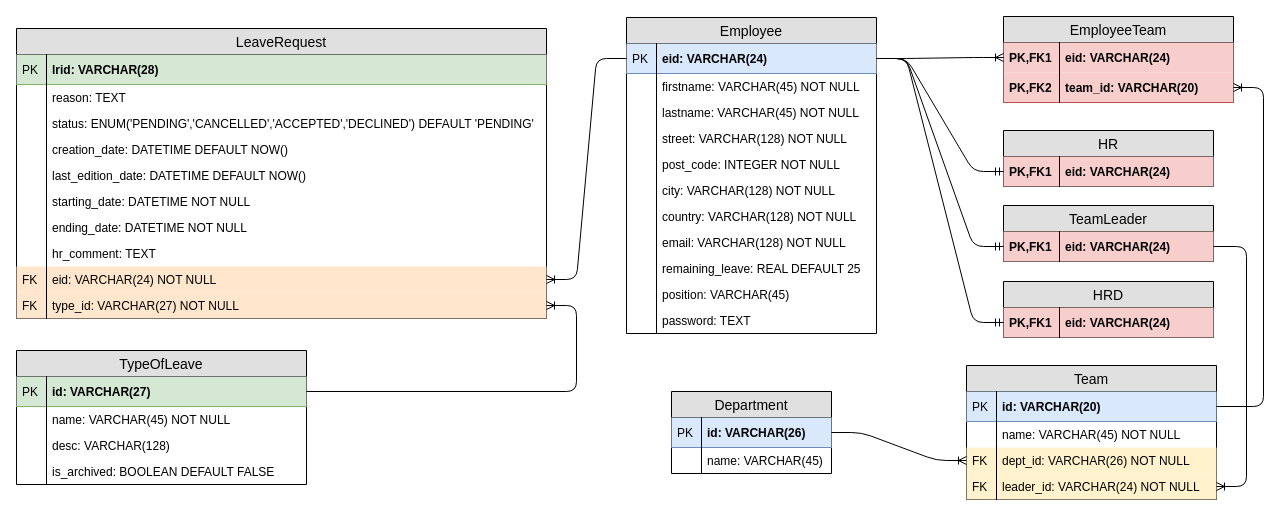
This is doc/database.drawio from jiben22/leave-manager, a draw.io file, before an edit. Source tidied: cells renumbered, new cells numbered last; positions are measured from the earlier drawing's top-left corner, leaving out a move shared by most shapes. Both pictures are drawn from the tidied source at 100%, with x=0, y=0 at pixel (16, 16).
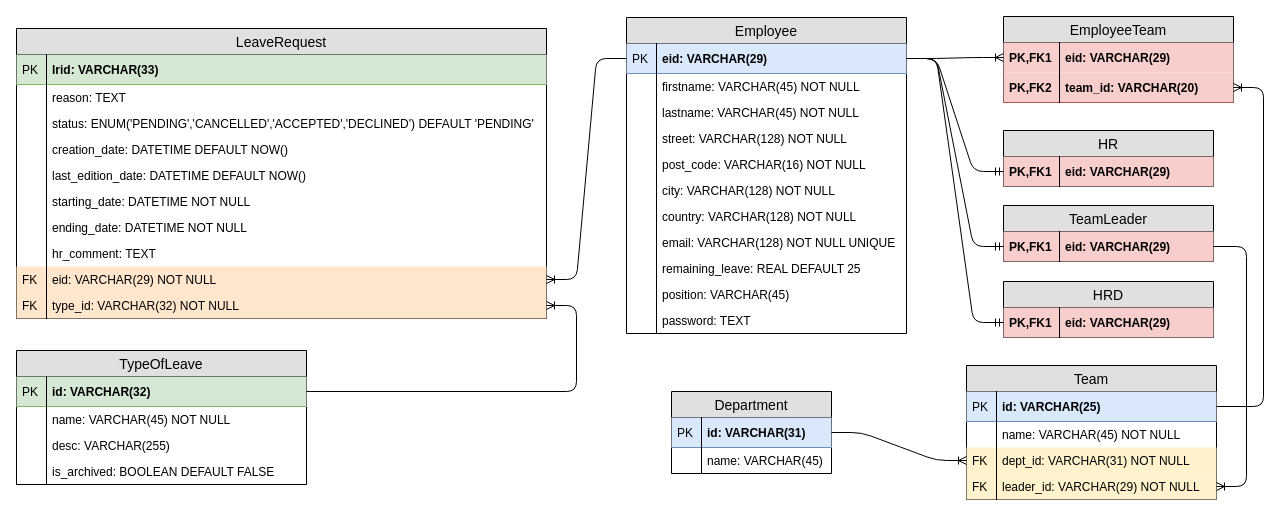
The same diagram, later.

Commit message (it also covers changes not shown here):
database schema and script update

The change refers to these unchanged cells:
```xml
<mxCell id="2" value="LeaveRequest" style="swimlane;fontStyle=0;horizontal=1;startSize=26;fillColor=#e0e0e0;swimlaneFillColor=#ffffff;align=center;fontSize=14;" parent="1" vertex="1">
  <mxGeometry y="12" width="530" height="290" as="geometry" />
</mxCell>
<mxCell id="23" value="TypeOfLeave" style="swimlane;fontStyle=0;horizontal=1;startSize=26;fillColor=#e0e0e0;swimlaneFillColor=#ffffff;align=center;fontSize=14;" parent="1" vertex="1">
  <mxGeometry y="334" width="290" height="134" as="geometry" />
</mxCell>
<mxCell id="57" value="Team" style="swimlane;fontStyle=0;horizontal=1;startSize=26;fillColor=#e0e0e0;swimlaneFillColor=#ffffff;align=center;fontSize=14;" parent="1" vertex="1">
  <mxGeometry x="950" y="349" width="250" height="134" as="geometry" />
</mxCell>
<mxCell id="66" value="Department" style="swimlane;fontStyle=0;horizontal=1;startSize=26;fillColor=#e0e0e0;swimlaneFillColor=#ffffff;align=center;fontSize=14;" parent="1" vertex="1">
  <mxGeometry x="655" y="375" width="160" height="82" as="geometry" />
</mxCell>
<mxCell id="72" value="EmployeeTeam" style="swimlane;fontStyle=0;horizontal=1;startSize=26;fillColor=#e0e0e0;swimlaneFillColor=#ffffff;align=center;fontSize=14;" parent="1" vertex="1">
  <mxGeometry x="987" width="230" height="86" as="geometry" />
</mxCell>
<mxCell id="79" value="HR" style="swimlane;fontStyle=0;horizontal=1;startSize=26;fillColor=#e0e0e0;swimlaneFillColor=#ffffff;align=center;fontSize=14;" parent="1" vertex="1">
  <mxGeometry x="987" y="114" width="210" height="56" as="geometry" />
</mxCell>
<mxCell id="82" value="HRD" style="swimlane;fontStyle=0;horizontal=1;startSize=26;fillColor=#e0e0e0;swimlaneFillColor=#ffffff;align=center;fontSize=14;" parent="1" vertex="1">
  <mxGeometry x="987" y="265" width="210" height="56" as="geometry" />
</mxCell>
<mxCell id="85" value="TeamLeader" style="swimlane;fontStyle=0;horizontal=1;startSize=26;fillColor=#e0e0e0;swimlaneFillColor=#ffffff;align=center;fontSize=14;" parent="1" vertex="1">
  <mxGeometry x="987" y="189" width="210" height="56" as="geometry" />
</mxCell>
```

The edit, as a diff of the source:
```diff
@@
-    <mxCell id="3" value="lrid: VARCHAR(28)" style="shape=partialRectangle;top=0;left=0;right=0;bottom=1;align=left;verticalAlign=middle;fillColor=#d5e8d4;spacingLeft=34;spacingRight=4;overflow=hidden;fontStyle=1;fontSize=12;strokeColor=#82b366;" parent="2" vertex="1">
+    <mxCell id="3" value="lrid: VARCHAR(33)" style="shape=partialRectangle;top=0;left=0;right=0;bottom=1;align=left;verticalAlign=middle;fillColor=#d5e8d4;spacingLeft=34;spacingRight=4;overflow=hidden;fontStyle=1;fontSize=12;strokeColor=#82b366;" parent="2" vertex="1">
       <mxGeometry y="26" width="530" height="30" as="geometry" />
     </mxCell>
@@
-    <mxCell id="19" value="eid: VARCHAR(24) NOT NULL" style="shape=partialRectangle;top=0;left=0;right=0;bottom=0;align=left;verticalAlign=top;fillColor=#ffe6cc;spacingLeft=34;spacingRight=4;overflow=hidden;points=[[0,0.5],[1,0.5]];portConstraint=eastwest;fontSize=12;strokeColor=#d79b00;" parent="2" vertex="1">
+    <mxCell id="19" value="eid: VARCHAR(29) NOT NULL" style="shape=partialRectangle;top=0;left=0;right=0;bottom=0;align=left;verticalAlign=top;fillColor=#ffe6cc;spacingLeft=34;spacingRight=4;overflow=hidden;points=[[0,0.5],[1,0.5]];portConstraint=eastwest;fontSize=12;strokeColor=#d79b00;" parent="2" vertex="1">
       <mxGeometry y="238" width="530" height="26" as="geometry" />
     </mxCell>
@@
-    <mxCell id="21" value="type_id: VARCHAR(27) NOT NULL" style="shape=partialRectangle;top=0;left=0;right=0;bottom=0;align=left;verticalAlign=top;fillColor=#ffe6cc;spacingLeft=34;spacingRight=4;overflow=hidden;points=[[0,0.5],[1,0.5]];portConstraint=eastwest;fontSize=12;strokeColor=#d79b00;" parent="2" vertex="1">
+    <mxCell id="21" value="type_id: VARCHAR(32) NOT NULL" style="shape=partialRectangle;top=0;left=0;right=0;bottom=0;align=left;verticalAlign=top;fillColor=#ffe6cc;spacingLeft=34;spacingRight=4;overflow=hidden;points=[[0,0.5],[1,0.5]];portConstraint=eastwest;fontSize=12;strokeColor=#d79b00;" parent="2" vertex="1">
       <mxGeometry y="264" width="530" height="26" as="geometry" />
     </mxCell>
@@
-    <mxCell id="24" value="id: VARCHAR(27)" style="shape=partialRectangle;top=0;left=0;right=0;bottom=1;align=left;verticalAlign=middle;fillColor=#d5e8d4;spacingLeft=34;spacingRight=4;overflow=hidden;points=[[0,0.5],[1,0.5]];portConstraint=eastwest;fontStyle=1;fontSize=12;strokeColor=#82b366;" parent="23" vertex="1">
+    <mxCell id="24" value="id: VARCHAR(32)" style="shape=partialRectangle;top=0;left=0;right=0;bottom=1;align=left;verticalAlign=middle;fillColor=#d5e8d4;spacingLeft=34;spacingRight=4;overflow=hidden;points=[[0,0.5],[1,0.5]];portConstraint=eastwest;fontStyle=1;fontSize=12;strokeColor=#82b366;" parent="23" vertex="1">
       <mxGeometry y="26" width="290" height="30" as="geometry" />
     </mxCell>
@@
-    <mxCell id="28" value="desc: VARCHAR(128)" style="shape=partialRectangle;top=0;left=0;right=0;bottom=0;align=left;verticalAlign=top;fillColor=none;spacingLeft=34;spacingRight=4;overflow=hidden;fontSize=12;" parent="23" vertex="1">
+    <mxCell id="28" value="desc: VARCHAR(255)" style="shape=partialRectangle;top=0;left=0;right=0;bottom=0;align=left;verticalAlign=top;fillColor=none;spacingLeft=34;spacingRight=4;overflow=hidden;fontSize=12;" parent="23" vertex="1">
       <mxGeometry y="82" width="290" height="26" as="geometry" />
     </mxCell>
@@
     <mxCell id="33" value="Employee" style="swimlane;fontStyle=0;horizontal=1;startSize=26;fillColor=#e0e0e0;swimlaneFillColor=#ffffff;align=center;fontSize=14;" parent="1" vertex="1">
-      <mxGeometry x="610" y="1" width="250" height="316" as="geometry" />
+      <mxGeometry x="610" y="1" width="280" height="316" as="geometry" />
     </mxCell>
-    <mxCell id="34" value="eid: VARCHAR(24)" style="shape=partialRectangle;top=0;left=0;right=0;bottom=1;align=left;verticalAlign=middle;fillColor=#dae8fc;spacingLeft=34;spacingRight=4;overflow=hidden;points=[[0,0.5],[1,0.5]];portConstraint=eastwest;fontStyle=1;fontSize=12;strokeColor=#6c8ebf;" parent="33" vertex="1">
-      <mxGeometry y="26" width="250" height="30" as="geometry" />
+    <mxCell id="34" value="eid: VARCHAR(29)" style="shape=partialRectangle;top=0;left=0;right=0;bottom=1;align=left;verticalAlign=middle;fillColor=#dae8fc;spacingLeft=34;spacingRight=4;overflow=hidden;points=[[0,0.5],[1,0.5]];portConstraint=eastwest;fontStyle=1;fontSize=12;strokeColor=#6c8ebf;" parent="33" vertex="1">
+      <mxGeometry y="26" width="280" height="30" as="geometry" />
     </mxCell>
@@
     <mxCell id="36" value="firstname: VARCHAR(45) NOT NULL" style="shape=partialRectangle;top=0;left=0;right=0;bottom=0;align=left;verticalAlign=top;fillColor=none;spacingLeft=34;spacingRight=4;overflow=hidden;fontSize=12;" parent="33" vertex="1">
-      <mxGeometry y="56" width="250" height="26" as="geometry" />
+      <mxGeometry y="56" width="280" height="26" as="geometry" />
     </mxCell>
@@
     <mxCell id="38" value="lastname: VARCHAR(45) NOT NULL" style="shape=partialRectangle;top=0;left=0;right=0;bottom=0;align=left;verticalAlign=top;fillColor=none;spacingLeft=34;spacingRight=4;overflow=hidden;fontSize=12;" parent="33" vertex="1">
-      <mxGeometry y="82" width="250" height="26" as="geometry" />
+      <mxGeometry y="82" width="280" height="26" as="geometry" />
     </mxCell>
@@
     <mxCell id="40" value="street: VARCHAR(128) NOT NULL" style="shape=partialRectangle;top=0;left=0;right=0;bottom=0;align=left;verticalAlign=top;fillColor=none;spacingLeft=34;spacingRight=4;overflow=hidden;fontSize=12;" parent="33" vertex="1">
-      <mxGeometry y="108" width="250" height="26" as="geometry" />
+      <mxGeometry y="108" width="280" height="26" as="geometry" />
     </mxCell>
@@
-    <mxCell id="42" value="post_code: INTEGER NOT NULL" style="shape=partialRectangle;top=0;left=0;right=0;bottom=0;align=left;verticalAlign=top;fillColor=none;spacingLeft=34;spacingRight=4;overflow=hidden;fontSize=12;" parent="33" vertex="1">
-      <mxGeometry y="134" width="250" height="26" as="geometry" />
+    <mxCell id="42" value="post_code: VARCHAR(16) NOT NULL" style="shape=partialRectangle;top=0;left=0;right=0;bottom=0;align=left;verticalAlign=top;fillColor=none;spacingLeft=34;spacingRight=4;overflow=hidden;fontSize=12;" parent="33" vertex="1">
+      <mxGeometry y="134" width="280" height="26" as="geometry" />
     </mxCell>
@@
     <mxCell id="44" value="city: VARCHAR(128) NOT NULL" style="shape=partialRectangle;top=0;left=0;right=0;bottom=0;align=left;verticalAlign=top;fillColor=none;spacingLeft=34;spacingRight=4;overflow=hidden;fontSize=12;" parent="33" vertex="1">
-      <mxGeometry y="160" width="250" height="26" as="geometry" />
+      <mxGeometry y="160" width="280" height="26" as="geometry" />
     </mxCell>
@@
     <mxCell id="46" value="country: VARCHAR(128) NOT NULL" style="shape=partialRectangle;top=0;left=0;right=0;bottom=0;align=left;verticalAlign=top;fillColor=none;spacingLeft=34;spacingRight=4;overflow=hidden;fontSize=12;" parent="33" vertex="1">
-      <mxGeometry y="186" width="250" height="26" as="geometry" />
+      <mxGeometry y="186" width="280" height="26" as="geometry" />
     </mxCell>
@@
-    <mxCell id="48" value="email: VARCHAR(128) NOT NULL" style="shape=partialRectangle;top=0;left=0;right=0;bottom=0;align=left;verticalAlign=top;fillColor=none;spacingLeft=34;spacingRight=4;overflow=hidden;fontSize=12;" parent="33" vertex="1">
-      <mxGeometry y="212" width="250" height="26" as="geometry" />
+    <mxCell id="48" value="email: VARCHAR(128) NOT NULL UNIQUE" style="shape=partialRectangle;top=0;left=0;right=0;bottom=0;align=left;verticalAlign=top;fillColor=none;spacingLeft=34;spacingRight=4;overflow=hidden;fontSize=12;" parent="33" vertex="1">
+      <mxGeometry y="212" width="280" height="26" as="geometry" />
     </mxCell>
@@
     <mxCell id="50" value="remaining_leave: REAL DEFAULT 25" style="shape=partialRectangle;top=0;left=0;right=0;bottom=0;align=left;verticalAlign=top;fillColor=none;spacingLeft=34;spacingRight=4;overflow=hidden;fontSize=12;" parent="33" vertex="1">
-      <mxGeometry y="238" width="250" height="26" as="geometry" />
+      <mxGeometry y="238" width="280" height="26" as="geometry" />
     </mxCell>
@@
     <mxCell id="52" value="position: VARCHAR(45)" style="shape=partialRectangle;top=0;left=0;right=0;bottom=0;align=left;verticalAlign=top;fillColor=none;spacingLeft=34;spacingRight=4;overflow=hidden;fontSize=12;" parent="33" vertex="1">
-      <mxGeometry y="264" width="250" height="26" as="geometry" />
+      <mxGeometry y="264" width="280" height="26" as="geometry" />
     </mxCell>
@@
     <mxCell id="54" value="password: TEXT" style="shape=partialRectangle;top=0;left=0;right=0;bottom=0;align=left;verticalAlign=top;fillColor=none;spacingLeft=34;spacingRight=4;overflow=hidden;fontSize=12;" parent="33" vertex="1">
-      <mxGeometry y="290" width="250" height="26" as="geometry" />
+      <mxGeometry y="290" width="280" height="26" as="geometry" />
     </mxCell>
@@
-    <mxCell id="58" value="id: VARCHAR(20)" style="shape=partialRectangle;top=0;left=0;right=0;bottom=1;align=left;verticalAlign=middle;fillColor=#dae8fc;spacingLeft=34;spacingRight=4;overflow=hidden;points=[[0,0.5],[1,0.5]];portConstraint=eastwest;fontStyle=1;fontSize=12;strokeColor=#6c8ebf;" parent="57" vertex="1">
+    <mxCell id="58" value="id: VARCHAR(25)" style="shape=partialRectangle;top=0;left=0;right=0;bottom=1;align=left;verticalAlign=middle;fillColor=#dae8fc;spacingLeft=34;spacingRight=4;overflow=hidden;points=[[0,0.5],[1,0.5]];portConstraint=eastwest;fontStyle=1;fontSize=12;strokeColor=#6c8ebf;" parent="57" vertex="1">
       <mxGeometry y="26" width="250" height="30" as="geometry" />
     </mxCell>
@@
-    <mxCell id="62" value="dept_id: VARCHAR(26) NOT NULL" style="shape=partialRectangle;top=0;left=0;right=0;bottom=0;align=left;verticalAlign=top;fillColor=#fff2cc;spacingLeft=34;spacingRight=4;overflow=hidden;points=[[0,0.5],[1,0.5]];portConstraint=eastwest;fontSize=12;strokeColor=#d6b656;" parent="57" vertex="1">
+    <mxCell id="62" value="dept_id: VARCHAR(31) NOT NULL" style="shape=partialRectangle;top=0;left=0;right=0;bottom=0;align=left;verticalAlign=top;fillColor=#fff2cc;spacingLeft=34;spacingRight=4;overflow=hidden;points=[[0,0.5],[1,0.5]];portConstraint=eastwest;fontSize=12;strokeColor=#d6b656;" parent="57" vertex="1">
       <mxGeometry y="82" width="250" height="26" as="geometry" />
     </mxCell>
@@
-    <mxCell id="64" value="leader_id: VARCHAR(24) NOT NULL" style="shape=partialRectangle;top=0;left=0;right=0;bottom=0;align=left;verticalAlign=top;fillColor=#fff2cc;spacingLeft=34;spacingRight=4;overflow=hidden;points=[[0,0.5],[1,0.5]];portConstraint=eastwest;fontSize=12;strokeColor=#d6b656;" parent="57" vertex="1">
+    <mxCell id="64" value="leader_id: VARCHAR(29) NOT NULL" style="shape=partialRectangle;top=0;left=0;right=0;bottom=0;align=left;verticalAlign=top;fillColor=#fff2cc;spacingLeft=34;spacingRight=4;overflow=hidden;points=[[0,0.5],[1,0.5]];portConstraint=eastwest;fontSize=12;strokeColor=#d6b656;" parent="57" vertex="1">
       <mxGeometry y="108" width="250" height="26" as="geometry" />
     </mxCell>
@@
-    <mxCell id="67" value="id: VARCHAR(26)" style="shape=partialRectangle;top=0;left=0;right=0;bottom=1;align=left;verticalAlign=middle;fillColor=#dae8fc;spacingLeft=34;spacingRight=4;overflow=hidden;points=[[0,0.5],[1,0.5]];portConstraint=eastwest;fontStyle=1;fontSize=12;strokeColor=#6c8ebf;" parent="66" vertex="1">
+    <mxCell id="67" value="id: VARCHAR(31)" style="shape=partialRectangle;top=0;left=0;right=0;bottom=1;align=left;verticalAlign=middle;fillColor=#dae8fc;spacingLeft=34;spacingRight=4;overflow=hidden;points=[[0,0.5],[1,0.5]];portConstraint=eastwest;fontStyle=1;fontSize=12;strokeColor=#6c8ebf;" parent="66" vertex="1">
       <mxGeometry y="26" width="160" height="30" as="geometry" />
     </mxCell>
@@
-    <mxCell id="73" value="eid: VARCHAR(24)" style="shape=partialRectangle;top=0;left=0;right=0;bottom=0;align=left;verticalAlign=middle;fillColor=#f8cecc;spacingLeft=60;spacingRight=4;overflow=hidden;points=[[0,0.5],[1,0.5]];portConstraint=eastwest;fontStyle=1;fontSize=12;strokeColor=#b85450;" parent="72" vertex="1">
+    <mxCell id="73" value="eid: VARCHAR(29)" style="shape=partialRectangle;top=0;left=0;right=0;bottom=0;align=left;verticalAlign=middle;fillColor=#f8cecc;spacingLeft=60;spacingRight=4;overflow=hidden;points=[[0,0.5],[1,0.5]];portConstraint=eastwest;fontStyle=1;fontSize=12;strokeColor=#b85450;" parent="72" vertex="1">
       <mxGeometry y="26" width="230" height="30" as="geometry" />
     </mxCell>
@@
-    <mxCell id="80" value="eid: VARCHAR(24)" style="shape=partialRectangle;top=0;left=0;right=0;bottom=0;align=left;verticalAlign=middle;fillColor=#f8cecc;spacingLeft=60;spacingRight=4;overflow=hidden;points=[[0,0.5],[1,0.5]];portConstraint=eastwest;fontStyle=1;fontSize=12;strokeColor=#b85450;" parent="79" vertex="1">
+    <mxCell id="80" value="eid: VARCHAR(29)" style="shape=partialRectangle;top=0;left=0;right=0;bottom=0;align=left;verticalAlign=middle;fillColor=#f8cecc;spacingLeft=60;spacingRight=4;overflow=hidden;points=[[0,0.5],[1,0.5]];portConstraint=eastwest;fontStyle=1;fontSize=12;strokeColor=#b85450;" parent="79" vertex="1">
       <mxGeometry y="26" width="210" height="30" as="geometry" />
     </mxCell>
@@
-    <mxCell id="83" value="eid: VARCHAR(24)" style="shape=partialRectangle;top=0;left=0;right=0;bottom=0;align=left;verticalAlign=middle;fillColor=#f8cecc;spacingLeft=60;spacingRight=4;overflow=hidden;points=[[0,0.5],[1,0.5]];portConstraint=eastwest;fontStyle=1;fontSize=12;strokeColor=#b85450;" parent="82" vertex="1">
+    <mxCell id="83" value="eid: VARCHAR(29)" style="shape=partialRectangle;top=0;left=0;right=0;bottom=0;align=left;verticalAlign=middle;fillColor=#f8cecc;spacingLeft=60;spacingRight=4;overflow=hidden;points=[[0,0.5],[1,0.5]];portConstraint=eastwest;fontStyle=1;fontSize=12;strokeColor=#b85450;" parent="82" vertex="1">
       <mxGeometry y="26" width="210" height="30" as="geometry" />
     </mxCell>
@@
-    <mxCell id="86" value="eid: VARCHAR(24)" style="shape=partialRectangle;top=0;left=0;right=0;bottom=0;align=left;verticalAlign=middle;fillColor=#f8cecc;spacingLeft=60;spacingRight=4;overflow=hidden;points=[[0,0.5],[1,0.5]];portConstraint=eastwest;fontStyle=1;fontSize=12;strokeColor=#b85450;" parent="85" vertex="1">
+    <mxCell id="86" value="eid: VARCHAR(29)" style="shape=partialRectangle;top=0;left=0;right=0;bottom=0;align=left;verticalAlign=middle;fillColor=#f8cecc;spacingLeft=60;spacingRight=4;overflow=hidden;points=[[0,0.5],[1,0.5]];portConstraint=eastwest;fontStyle=1;fontSize=12;strokeColor=#b85450;" parent="85" vertex="1">
       <mxGeometry y="26" width="210" height="30" as="geometry" />
     </mxCell>
```
